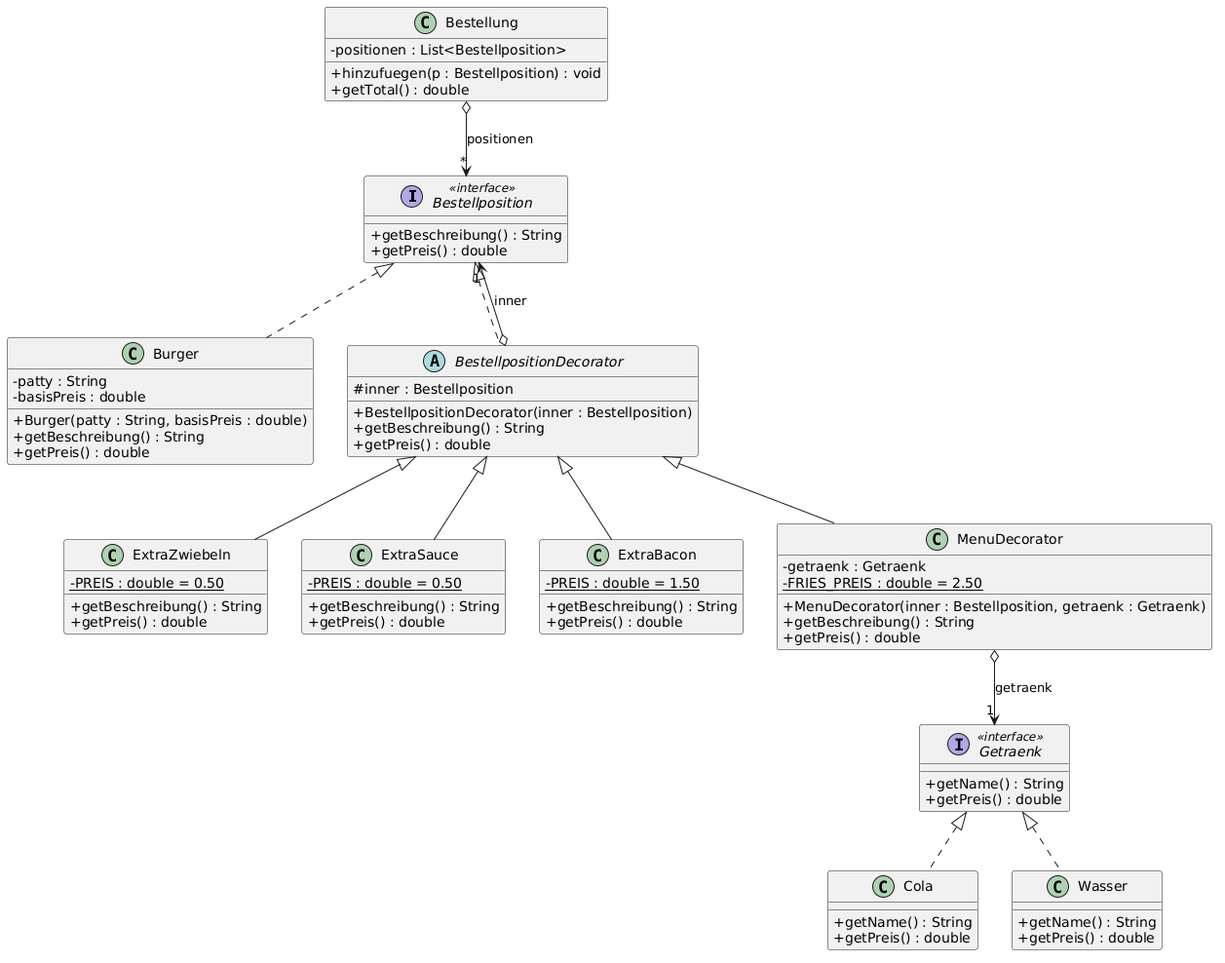
loriannr23/M320 keeps this PlantUML diagram as KN-M3/klassendiagramm.png. Above is the earlier version.
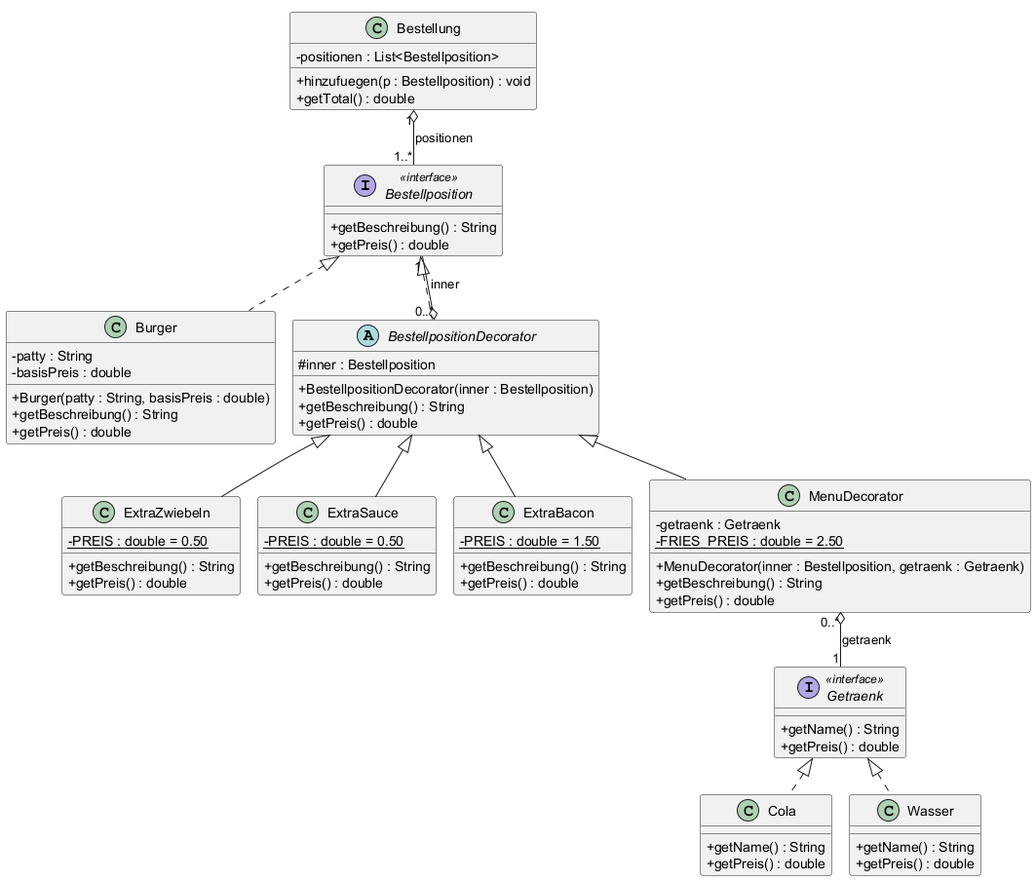
After the change.

Commit message:
Fix diamond PlantUML syntax and re-render class diagram with multiplicities

Diff of the diagram source:
```diff
@@ -1,4 +1,5 @@
 @startuml
+!pragma layout smetana
 skinparam classAttributeIconSize 0
 skinparam shadowing false
 
@@ -78,7 +79,8 @@
 Getraenk <|.. Cola
 Getraenk <|.. Wasser
 
-BestellpositionDecorator o--> "1" Bestellposition : inner
-MenuDecorator o--> "1" Getraenk : getraenk
-Bestellung o--> "*" Bestellposition : positionen
+BestellpositionDecorator "0..*" o-- "1" Bestellposition : inner
+MenuDecorator "0..*" o-- "1" Getraenk : getraenk
+Bestellung "1" o-- "1..*" Bestellposition : positionen
+
 @enduml
```
